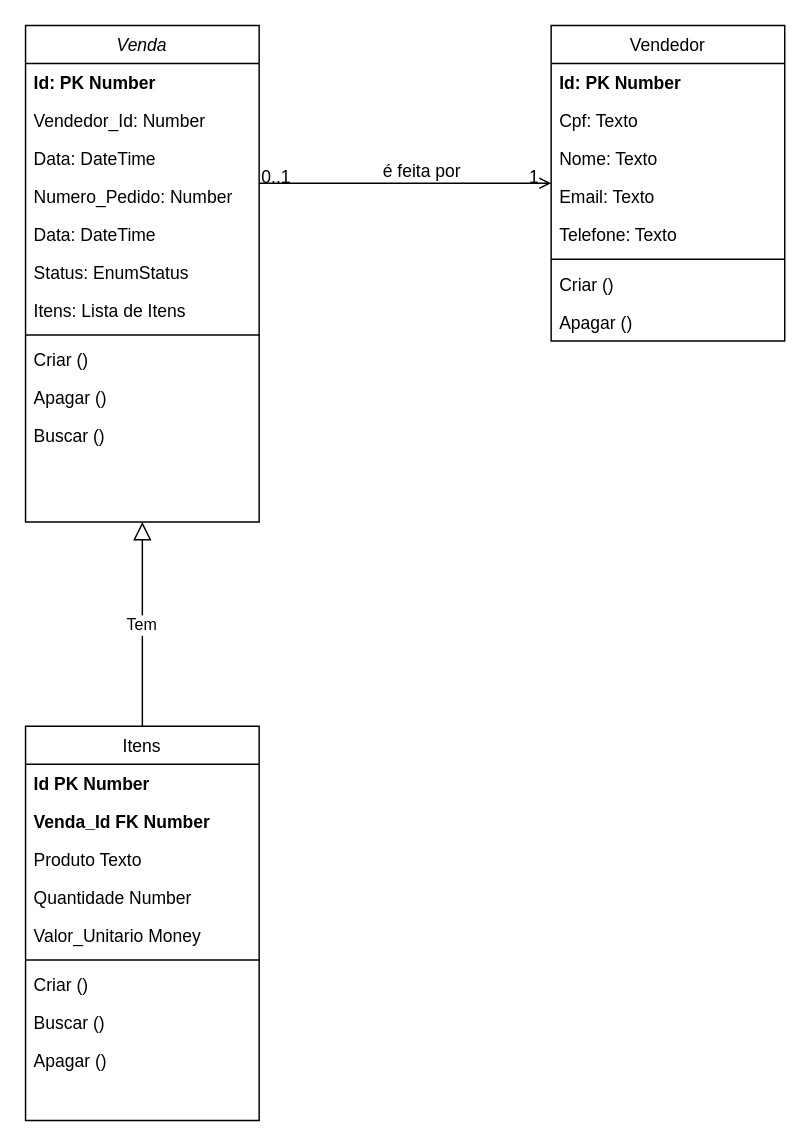
carolinefreitasalegre/desafio-tecnico-backend keeps this draw.io diagram as Diagrama sem nome.drawio. Above is the earlier version. Source tidied: cells renumbered, new cells numbered last; positions are measured from the earlier drawing's top-left corner, leaving out a move shared by most shapes. Both pictures are drawn from the tidied source at 146%, with x=0, y=0 at pixel (25, 25).
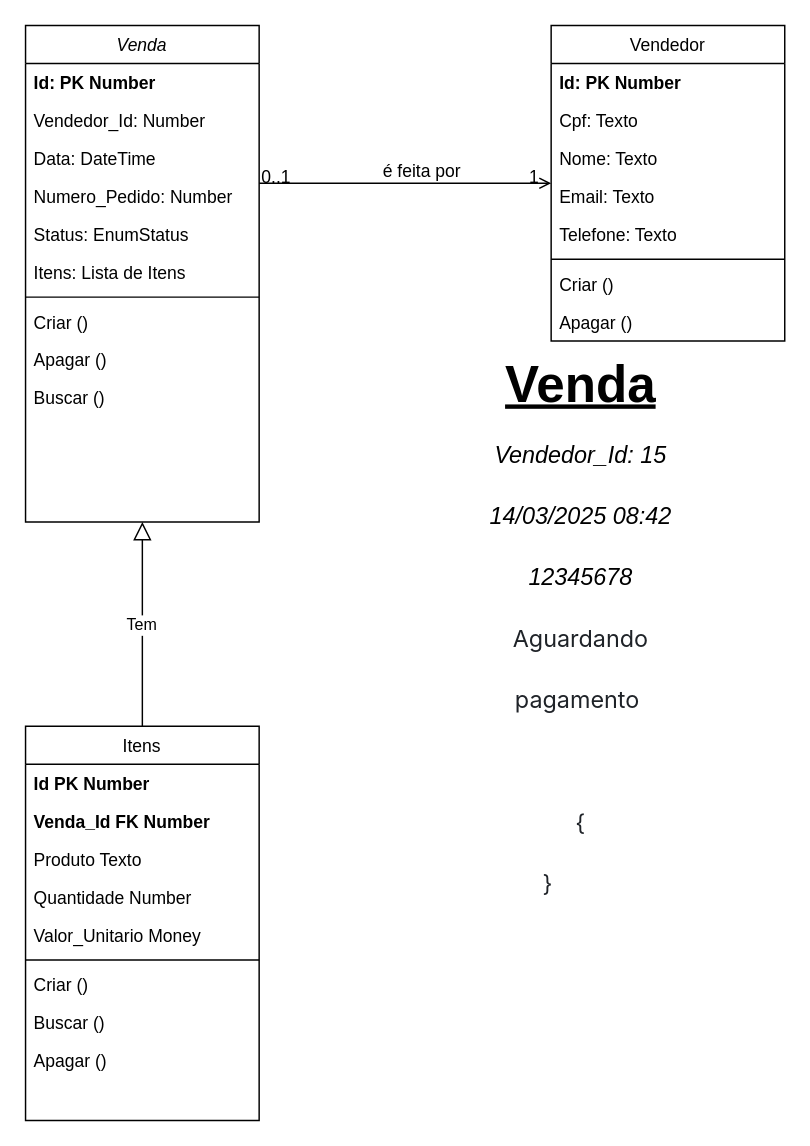
Above is the later version.

Unchanged cells that the change refers to:
```xml
<mxCell id="2" value="Venda" style="swimlane;fontStyle=2;align=center;verticalAlign=top;horizontal=1;startSize=26;rounded=0;shadow=0;strokeWidth=1;" parent="1" vertex="1">
  <mxGeometry width="160" height="340" as="geometry" />
</mxCell>
```

Change to the diagram source:
```diff
@@
-    <mxCell id="7" value="Data: DateTime" style="text;align=left;verticalAlign=top;spacingLeft=4;spacingRight=4;overflow=hidden;rounded=0;shadow=0;html=0;" parent="2" vertex="1">
-      <mxGeometry y="130" width="160" height="26" as="geometry" />
-    </mxCell>
     <mxCell id="8" value="Status: EnumStatus" style="text;align=left;verticalAlign=top;spacingLeft=4;spacingRight=4;overflow=hidden;rounded=0;shadow=0;html=0;" parent="2" vertex="1">
-      <mxGeometry y="156" width="160" height="26" as="geometry" />
+      <mxGeometry y="130" width="160" height="26" as="geometry" />
     </mxCell>
     <mxCell id="9" value="Itens: Lista de Itens" style="text;align=left;verticalAlign=top;spacingLeft=4;spacingRight=4;overflow=hidden;rounded=0;shadow=0;html=0;" parent="2" vertex="1">
-      <mxGeometry y="182" width="160" height="26" as="geometry" />
+      <mxGeometry y="156" width="160" height="26" as="geometry" />
     </mxCell>
     <mxCell id="10" style="line;html=1;strokeWidth=1;align=left;verticalAlign=middle;spacingTop=-1;spacingLeft=3;spacingRight=3;labelPosition=right;" parent="2" vertex="1">
-      <mxGeometry y="208" width="160" height="8" as="geometry" />
+      <mxGeometry y="182" width="160" height="8" as="geometry" />
     </mxCell>
     <mxCell id="11" value="Criar ()" style="text;align=left;verticalAlign=top;spacingLeft=4;spacingRight=4;overflow=hidden;" parent="2" vertex="1">
-      <mxGeometry y="216" width="160" height="26" as="geometry" />
+      <mxGeometry y="190" width="160" height="26" as="geometry" />
     </mxCell>
     <mxCell id="12" value="Apagar ()" style="text;align=left;verticalAlign=top;spacingLeft=4;spacingRight=4;overflow=hidden;" parent="2" vertex="1">
-      <mxGeometry y="242" width="160" height="26" as="geometry" />
+      <mxGeometry y="216" width="160" height="26" as="geometry" />
     </mxCell>
     <mxCell id="13" value="Buscar ()" style="text;align=left;verticalAlign=top;spacingLeft=4;spacingRight=4;overflow=hidden;" parent="2" vertex="1">
-      <mxGeometry y="268" width="160" height="26" as="geometry" />
+      <mxGeometry y="242" width="160" height="26" as="geometry" />
     </mxCell>
@@
+    <mxCell id="38" value="&lt;b style=&quot;text-decoration-line: underline;&quot;&gt;Venda&lt;/b&gt;&lt;br&gt;&lt;font style=&quot;font-size: 16px;&quot;&gt;&lt;i style=&quot;&quot;&gt;Vendedor_Id: 15&lt;br&gt;14/03/2025 08:42&lt;/i&gt;&lt;/font&gt;&lt;div&gt;&lt;font style=&quot;font-size: 16px;&quot;&gt;&lt;i style=&quot;&quot;&gt;12345678&lt;/i&gt;&lt;/font&gt;&lt;/div&gt;&lt;div&gt;&lt;font style=&quot;font-size: 16px;&quot;&gt;&lt;span style=&quot;color: rgb(31, 35, 40); font-family: -apple-system, BlinkMacSystemFont, &amp;quot;Segoe UI&amp;quot;, &amp;quot;Noto Sans&amp;quot;, Helvetica, Arial, sans-serif, &amp;quot;Apple Color Emoji&amp;quot;, &amp;quot;Segoe UI Emoji&amp;quot;; text-align: left; text-wrap-mode: wrap; background-color: rgb(255, 255, 255);&quot;&gt;Aguardando pagamento&amp;nbsp;&lt;br&gt;&lt;br&gt;{&lt;br&gt;}&amp;nbsp; &amp;nbsp; &amp;nbsp; &amp;nbsp; &amp;nbsp;&amp;nbsp;&lt;/span&gt;&lt;/font&gt;&lt;br&gt;&lt;br&gt;&lt;div&gt;&lt;br&gt;&lt;/div&gt;&lt;/div&gt;" style="text;html=1;align=center;verticalAlign=middle;strokeColor=none;fillColor=none;fontSize=35;" parent="1" vertex="1">
+      <mxGeometry x="280" y="240" width="200" height="430" as="geometry" />
+    </mxCell>
```
